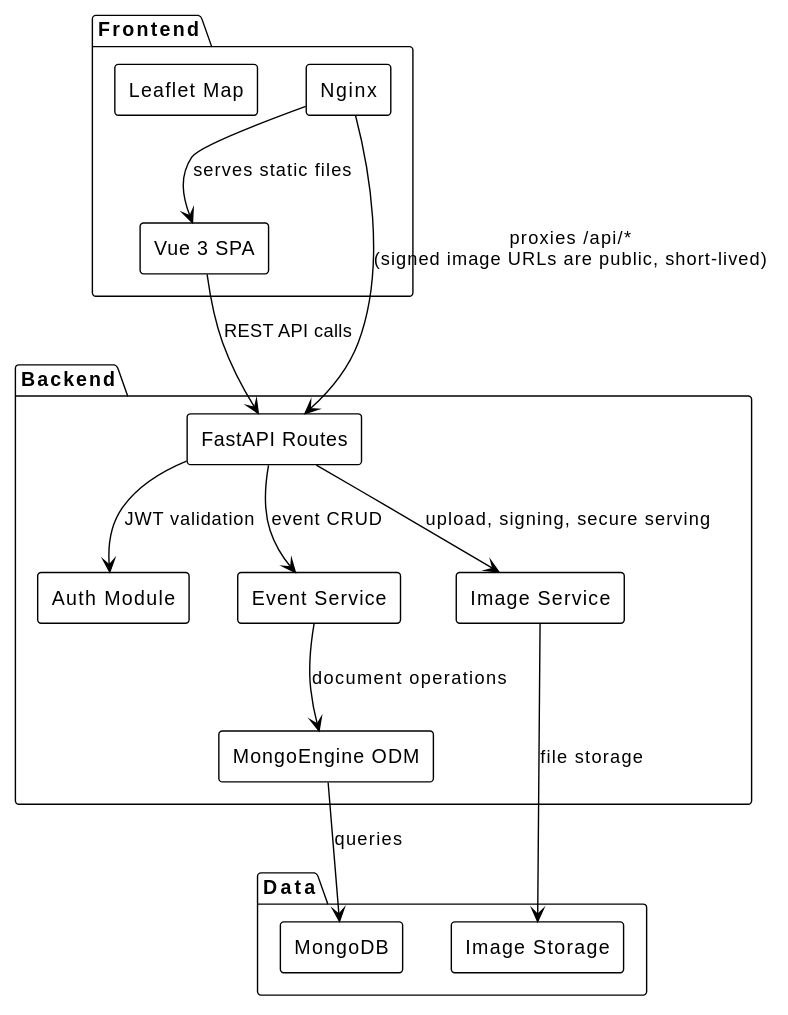
This is docs/diagrams/architecture.svg from HEIG-RESONATE/resonate2, a PlantUML export, as it was before one commit.
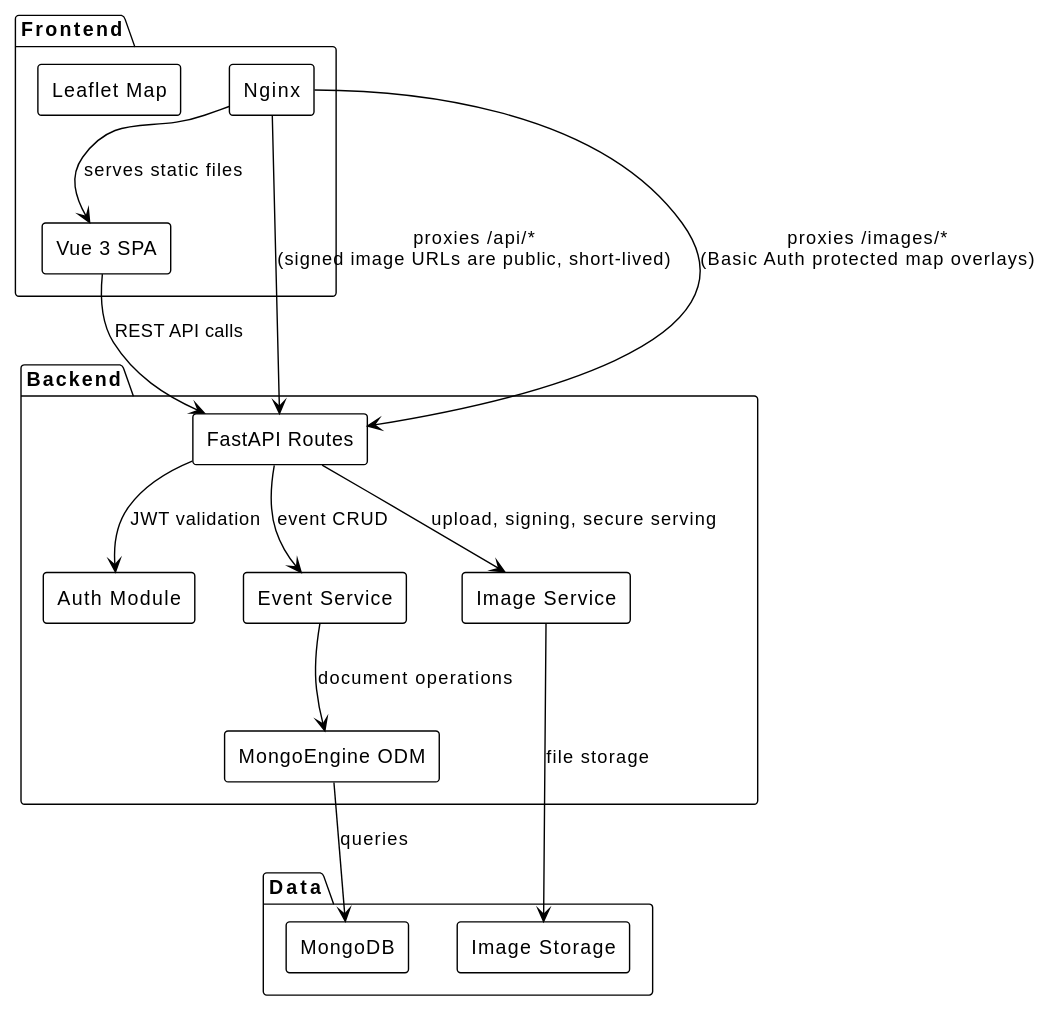
The same file after the commit.

Diff of the diagram source:
```diff
@@ -24,6 +24,7 @@
 
 [Nginx] --> [Vue] : serves static files
 [Nginx] --> [API] : proxies /api/*\n(signed image URLs are public, short-lived)
+[Nginx] --> [API] : proxies /images/*\n(Basic Auth protected map overlays)
 [Vue] --> [API] : REST API calls
 [API] --> [Auth] : JWT validation
 [API] --> [EventService] : event CRUD
```
